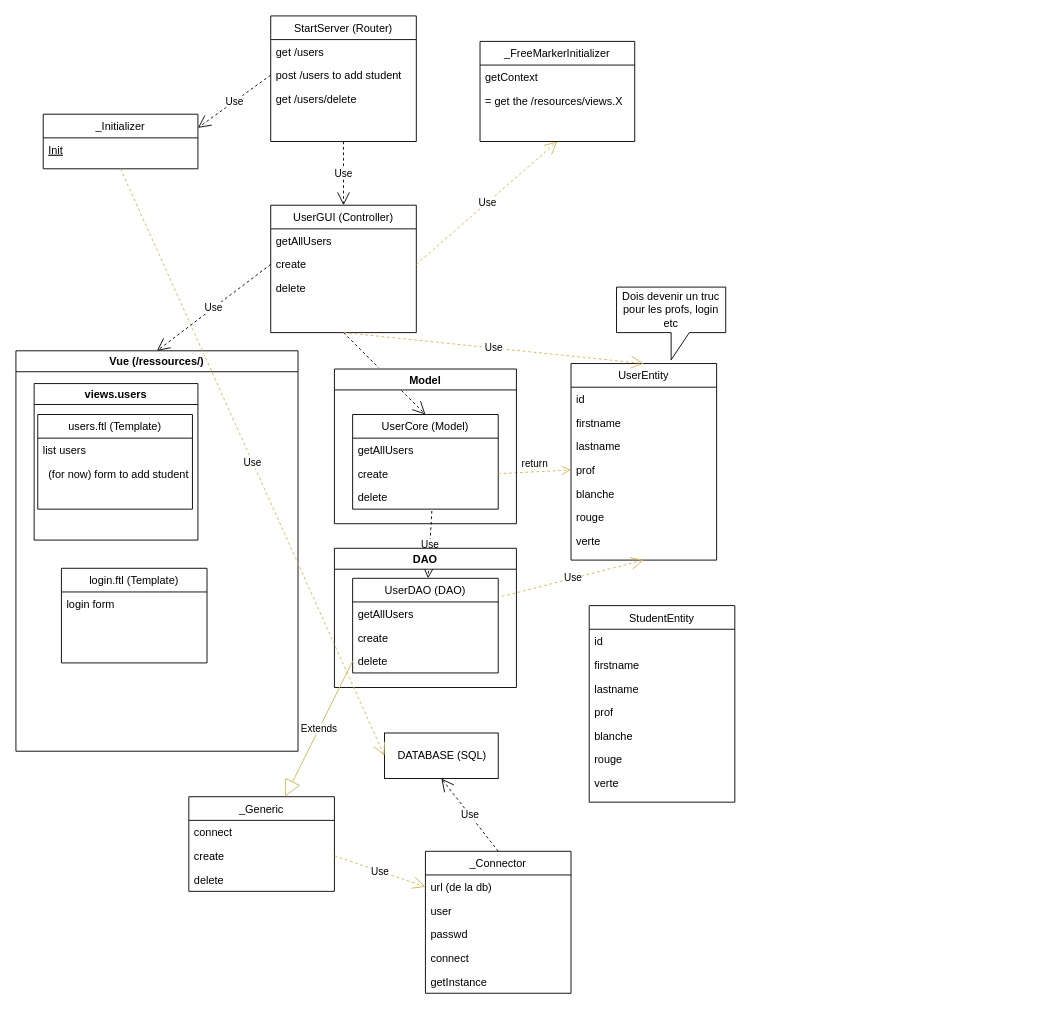
The draw.io diagram Untitled Diagram.drawio in KPq66dw8L/lilFirewall, before the edit. Source tidied: cells renumbered, new cells numbered last; positions are measured from the earlier drawing's top-left corner, leaving out a move shared by most shapes. Both pictures are drawn from the tidied source at 91%, with x=0, y=0 at pixel (15, 15).
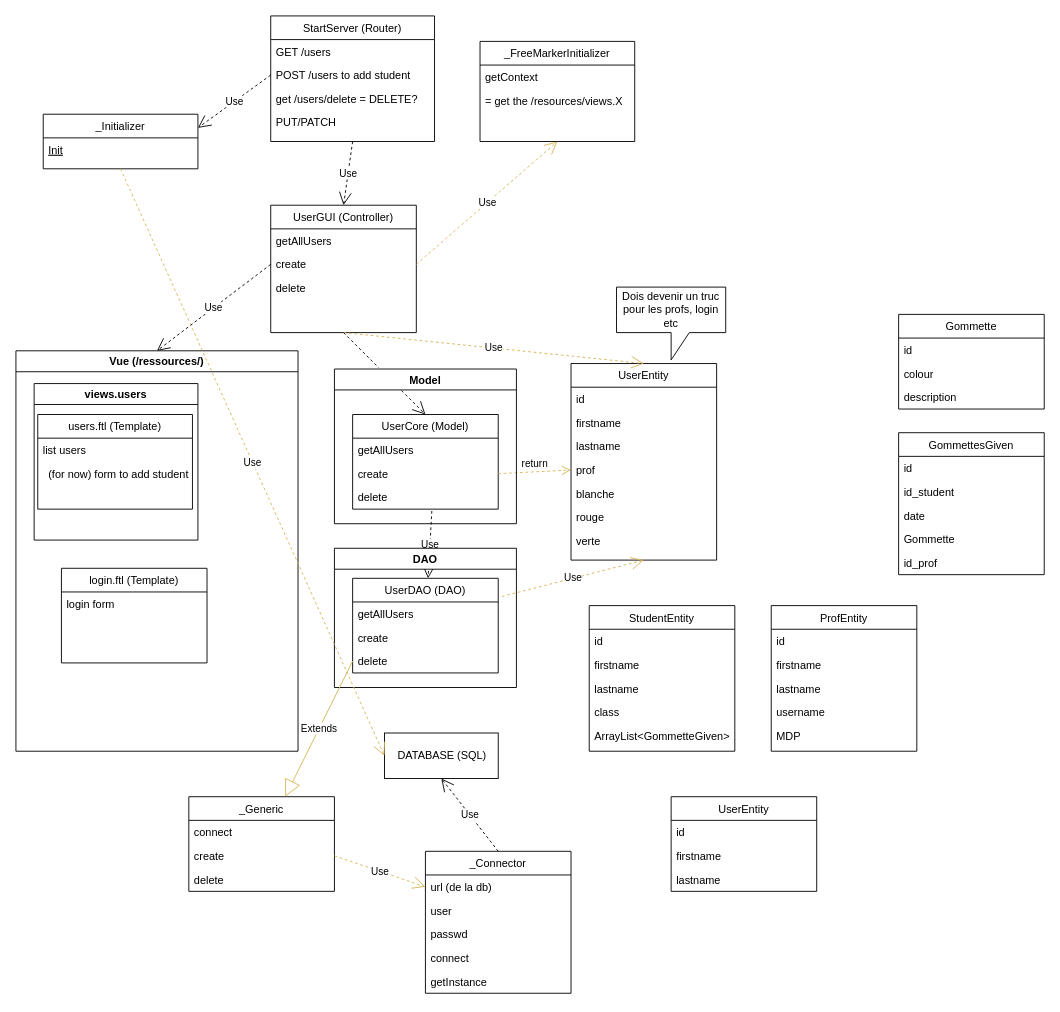
The same diagram, later.

Commit message:
Added-strucuture-java-officielle

What changed in the source:
```diff
@@
     <mxCell id="2" value="StartServer (Router)" style="swimlane;fontStyle=0;align=center;verticalAlign=top;horizontal=1;startSize=26;rounded=0;shadow=0;strokeWidth=1;" parent="1" vertex="1">
-      <mxGeometry x="280" width="160" height="138" as="geometry" />
+      <mxGeometry x="280" width="180" height="138" as="geometry" />
     </mxCell>
-    <mxCell id="3" value="get /users" style="text;align=left;verticalAlign=top;spacingLeft=4;spacingRight=4;overflow=hidden;" parent="2" vertex="1">
-      <mxGeometry y="26" width="160" height="26" as="geometry" />
+    <mxCell id="3" value="GET /users" style="text;align=left;verticalAlign=top;spacingLeft=4;spacingRight=4;overflow=hidden;" parent="2" vertex="1">
+      <mxGeometry y="26" width="180" height="26" as="geometry" />
     </mxCell>
-    <mxCell id="4" value="post /users to add student" style="text;align=left;verticalAlign=top;spacingLeft=4;spacingRight=4;overflow=hidden;points=[[0,0.5],[1,0.5]];portConstraint=eastwest;rounded=0;shadow=0;html=0;" parent="2" vertex="1">
-      <mxGeometry y="52" width="160" height="26" as="geometry" />
+    <mxCell id="4" value="POST /users to add student" style="text;align=left;verticalAlign=top;spacingLeft=4;spacingRight=4;overflow=hidden;points=[[0,0.5],[1,0.5]];portConstraint=eastwest;rounded=0;shadow=0;html=0;" parent="2" vertex="1">
+      <mxGeometry y="52" width="180" height="26" as="geometry" />
     </mxCell>
-    <mxCell id="5" value="get /users/delete" style="text;align=left;verticalAlign=top;spacingLeft=4;spacingRight=4;overflow=hidden;rounded=0;shadow=0;html=0;" parent="2" vertex="1">
-      <mxGeometry y="78" width="160" height="26" as="geometry" />
+    <mxCell id="5" value="get /users/delete = DELETE?" style="text;align=left;verticalAlign=top;spacingLeft=4;spacingRight=4;overflow=hidden;rounded=0;shadow=0;html=0;" parent="2" vertex="1">
+      <mxGeometry y="78" width="180" height="26" as="geometry" />
     </mxCell>
+    <mxCell id="73" value="PUT/PATCH" style="text;align=left;verticalAlign=top;spacingLeft=4;spacingRight=4;overflow=hidden;rounded=0;shadow=0;html=0;" parent="2" vertex="1">
+      <mxGeometry y="104" width="180" height="26" as="geometry" />
+    </mxCell>
@@
     <mxCell id="47" value="StudentEntity" style="swimlane;fontStyle=0;align=center;verticalAlign=top;horizontal=1;startSize=26;rounded=0;shadow=0;strokeWidth=1;" parent="1" vertex="1">
-      <mxGeometry x="630" y="648" width="160" height="216" as="geometry" />
+      <mxGeometry x="630" y="648" width="160" height="160" as="geometry" />
     </mxCell>
@@
-    <mxCell id="51" value="prof" style="text;align=left;verticalAlign=top;spacingLeft=4;spacingRight=4;overflow=hidden;rounded=0;shadow=0;html=0;" parent="47" vertex="1">
+    <mxCell id="51" value="class" style="text;align=left;verticalAlign=top;spacingLeft=4;spacingRight=4;overflow=hidden;rounded=0;shadow=0;html=0;" parent="47" vertex="1">
       <mxGeometry y="104" width="160" height="26" as="geometry" />
     </mxCell>
-    <mxCell id="52" value="blanche" style="text;align=left;verticalAlign=top;spacingLeft=4;spacingRight=4;overflow=hidden;rounded=0;shadow=0;html=0;" parent="47" vertex="1">
+    <mxCell id="52" value="ArrayList&lt;GommetteGiven&gt;" style="text;align=left;verticalAlign=top;spacingLeft=4;spacingRight=4;overflow=hidden;rounded=0;shadow=0;html=0;" parent="47" vertex="1">
       <mxGeometry y="130" width="160" height="26" as="geometry" />
     </mxCell>
-    <mxCell id="53" value="rouge" style="text;align=left;verticalAlign=top;spacingLeft=4;spacingRight=4;overflow=hidden;rounded=0;shadow=0;html=0;" parent="47" vertex="1">
-      <mxGeometry y="156" width="160" height="26" as="geometry" />
-    </mxCell>
-    <mxCell id="54" value="verte" style="text;align=left;verticalAlign=top;spacingLeft=4;spacingRight=4;overflow=hidden;rounded=0;shadow=0;html=0;" parent="47" vertex="1">
-      <mxGeometry y="182" width="160" height="26" as="geometry" />
-    </mxCell>
@@
+    <mxCell id="74" value="ProfEntity" style="swimlane;fontStyle=0;align=center;verticalAlign=top;horizontal=1;startSize=26;rounded=0;shadow=0;strokeWidth=1;" parent="1" vertex="1">
+      <mxGeometry x="830" y="648" width="160" height="160" as="geometry" />
+    </mxCell>
+    <mxCell id="75" value="id" style="text;align=left;verticalAlign=top;spacingLeft=4;spacingRight=4;overflow=hidden;" parent="74" vertex="1">
+      <mxGeometry y="26" width="160" height="26" as="geometry" />
+    </mxCell>
+    <mxCell id="76" value="firstname" style="text;align=left;verticalAlign=top;spacingLeft=4;spacingRight=4;overflow=hidden;rounded=0;shadow=0;html=0;" parent="74" vertex="1">
+      <mxGeometry y="52" width="160" height="26" as="geometry" />
+    </mxCell>
+    <mxCell id="77" value="lastname" style="text;align=left;verticalAlign=top;spacingLeft=4;spacingRight=4;overflow=hidden;rounded=0;shadow=0;html=0;" parent="74" vertex="1">
+      <mxGeometry y="78" width="160" height="26" as="geometry" />
+    </mxCell>
+    <mxCell id="78" value="username" style="text;align=left;verticalAlign=top;spacingLeft=4;spacingRight=4;overflow=hidden;rounded=0;shadow=0;html=0;" parent="74" vertex="1">
+      <mxGeometry y="104" width="160" height="26" as="geometry" />
+    </mxCell>
+    <mxCell id="79" value="MDP" style="text;align=left;verticalAlign=top;spacingLeft=4;spacingRight=4;overflow=hidden;rounded=0;shadow=0;html=0;" parent="74" vertex="1">
+      <mxGeometry y="130" width="160" height="26" as="geometry" />
+    </mxCell>
+    <mxCell id="80" value="UserEntity" style="swimlane;fontStyle=0;align=center;verticalAlign=top;horizontal=1;startSize=26;rounded=0;shadow=0;strokeWidth=1;" parent="1" vertex="1">
+      <mxGeometry x="720" y="858" width="160" height="104" as="geometry" />
+    </mxCell>
+    <mxCell id="81" value="id" style="text;align=left;verticalAlign=top;spacingLeft=4;spacingRight=4;overflow=hidden;" parent="80" vertex="1">
+      <mxGeometry y="26" width="160" height="26" as="geometry" />
+    </mxCell>
+    <mxCell id="82" value="firstname" style="text;align=left;verticalAlign=top;spacingLeft=4;spacingRight=4;overflow=hidden;rounded=0;shadow=0;html=0;" parent="80" vertex="1">
+      <mxGeometry y="52" width="160" height="26" as="geometry" />
+    </mxCell>
+    <mxCell id="83" value="lastname" style="text;align=left;verticalAlign=top;spacingLeft=4;spacingRight=4;overflow=hidden;rounded=0;shadow=0;html=0;" parent="80" vertex="1">
+      <mxGeometry y="78" width="160" height="26" as="geometry" />
+    </mxCell>
+    <mxCell id="84" value="Gommette" style="swimlane;fontStyle=0;align=center;verticalAlign=top;horizontal=1;startSize=26;rounded=0;shadow=0;strokeWidth=1;" parent="1" vertex="1">
+      <mxGeometry x="970" y="328" width="160" height="104" as="geometry" />
+    </mxCell>
+    <mxCell id="85" value="id" style="text;align=left;verticalAlign=top;spacingLeft=4;spacingRight=4;overflow=hidden;" parent="84" vertex="1">
+      <mxGeometry y="26" width="160" height="26" as="geometry" />
+    </mxCell>
+    <mxCell id="86" value="colour" style="text;align=left;verticalAlign=top;spacingLeft=4;spacingRight=4;overflow=hidden;rounded=0;shadow=0;html=0;" parent="84" vertex="1">
+      <mxGeometry y="52" width="160" height="26" as="geometry" />
+    </mxCell>
+    <mxCell id="87" value="description" style="text;align=left;verticalAlign=top;spacingLeft=4;spacingRight=4;overflow=hidden;rounded=0;shadow=0;html=0;" parent="84" vertex="1">
+      <mxGeometry y="78" width="160" height="26" as="geometry" />
+    </mxCell>
+    <mxCell id="88" value="GommettesGiven" style="swimlane;fontStyle=0;align=center;verticalAlign=top;horizontal=1;startSize=26;rounded=0;shadow=0;strokeWidth=1;" parent="1" vertex="1">
+      <mxGeometry x="970" y="458" width="160" height="156" as="geometry" />
+    </mxCell>
+    <mxCell id="89" value="id" style="text;align=left;verticalAlign=top;spacingLeft=4;spacingRight=4;overflow=hidden;" parent="88" vertex="1">
+      <mxGeometry y="26" width="160" height="26" as="geometry" />
+    </mxCell>
+    <mxCell id="90" value="id_student" style="text;align=left;verticalAlign=top;spacingLeft=4;spacingRight=4;overflow=hidden;rounded=0;shadow=0;html=0;" parent="88" vertex="1">
+      <mxGeometry y="52" width="160" height="26" as="geometry" />
+    </mxCell>
+    <mxCell id="91" value="date" style="text;align=left;verticalAlign=top;spacingLeft=4;spacingRight=4;overflow=hidden;rounded=0;shadow=0;html=0;" parent="88" vertex="1">
+      <mxGeometry y="78" width="160" height="26" as="geometry" />
+    </mxCell>
+    <mxCell id="92" value="Gommette" style="text;align=left;verticalAlign=top;spacingLeft=4;spacingRight=4;overflow=hidden;rounded=0;shadow=0;html=0;" parent="88" vertex="1">
+      <mxGeometry y="104" width="160" height="26" as="geometry" />
+    </mxCell>
+    <mxCell id="93" value="id_prof" style="text;align=left;verticalAlign=top;spacingLeft=4;spacingRight=4;overflow=hidden;rounded=0;shadow=0;html=0;" parent="88" vertex="1">
+      <mxGeometry y="130" width="160" height="26" as="geometry" />
+    </mxCell>
```
